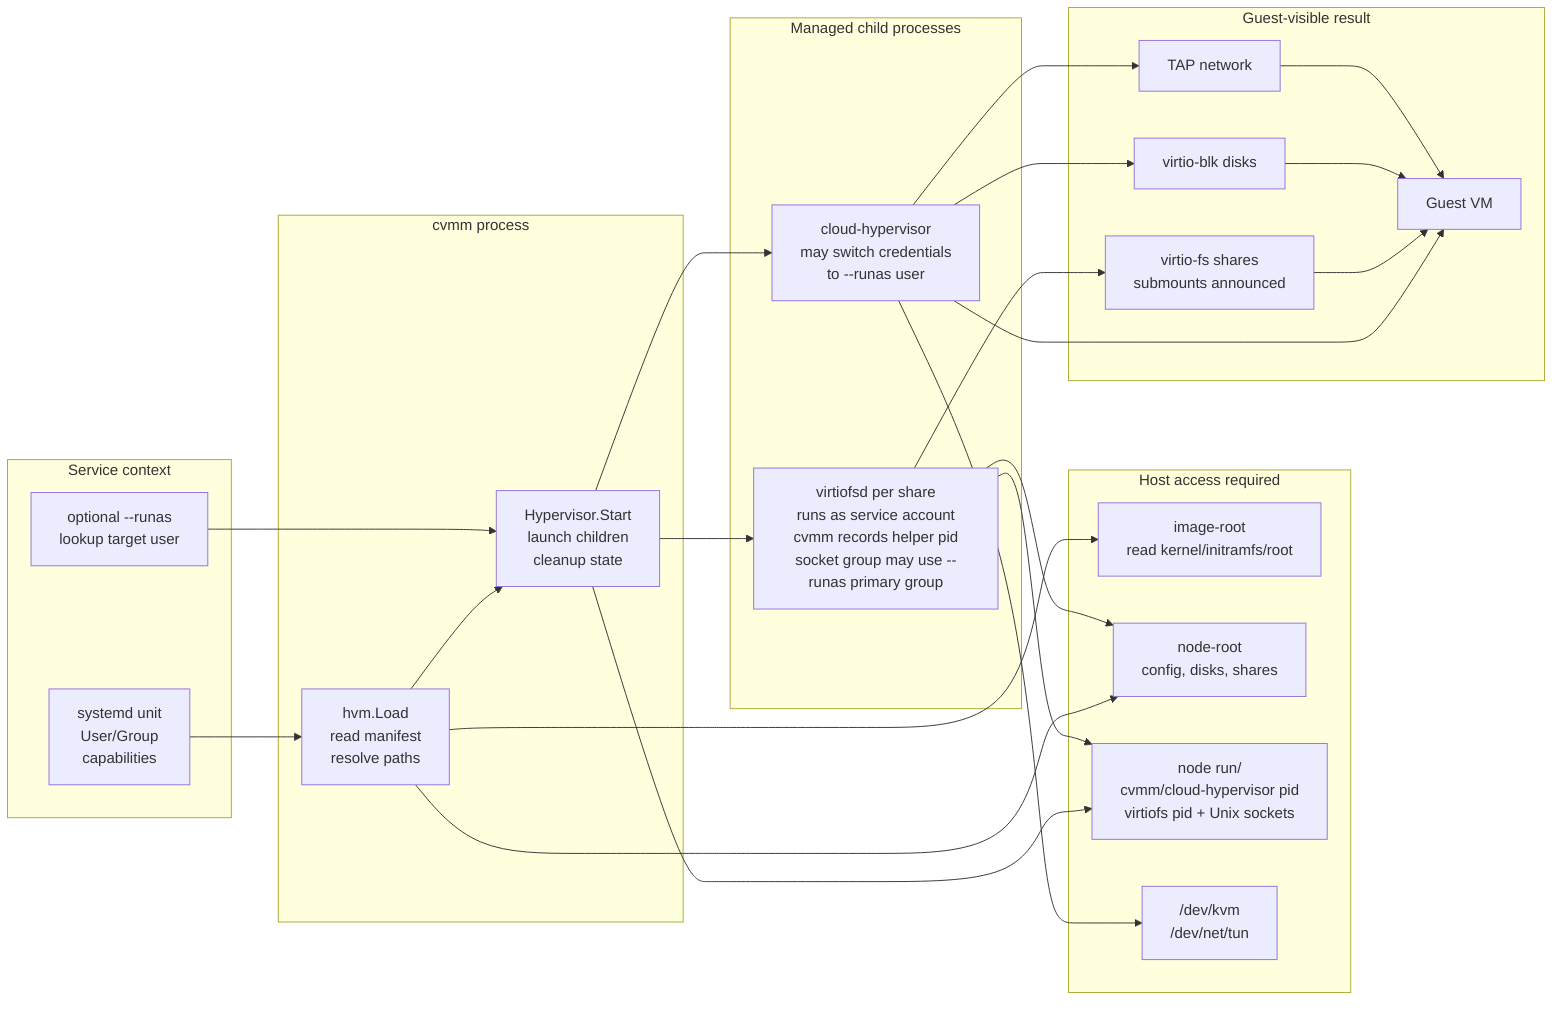
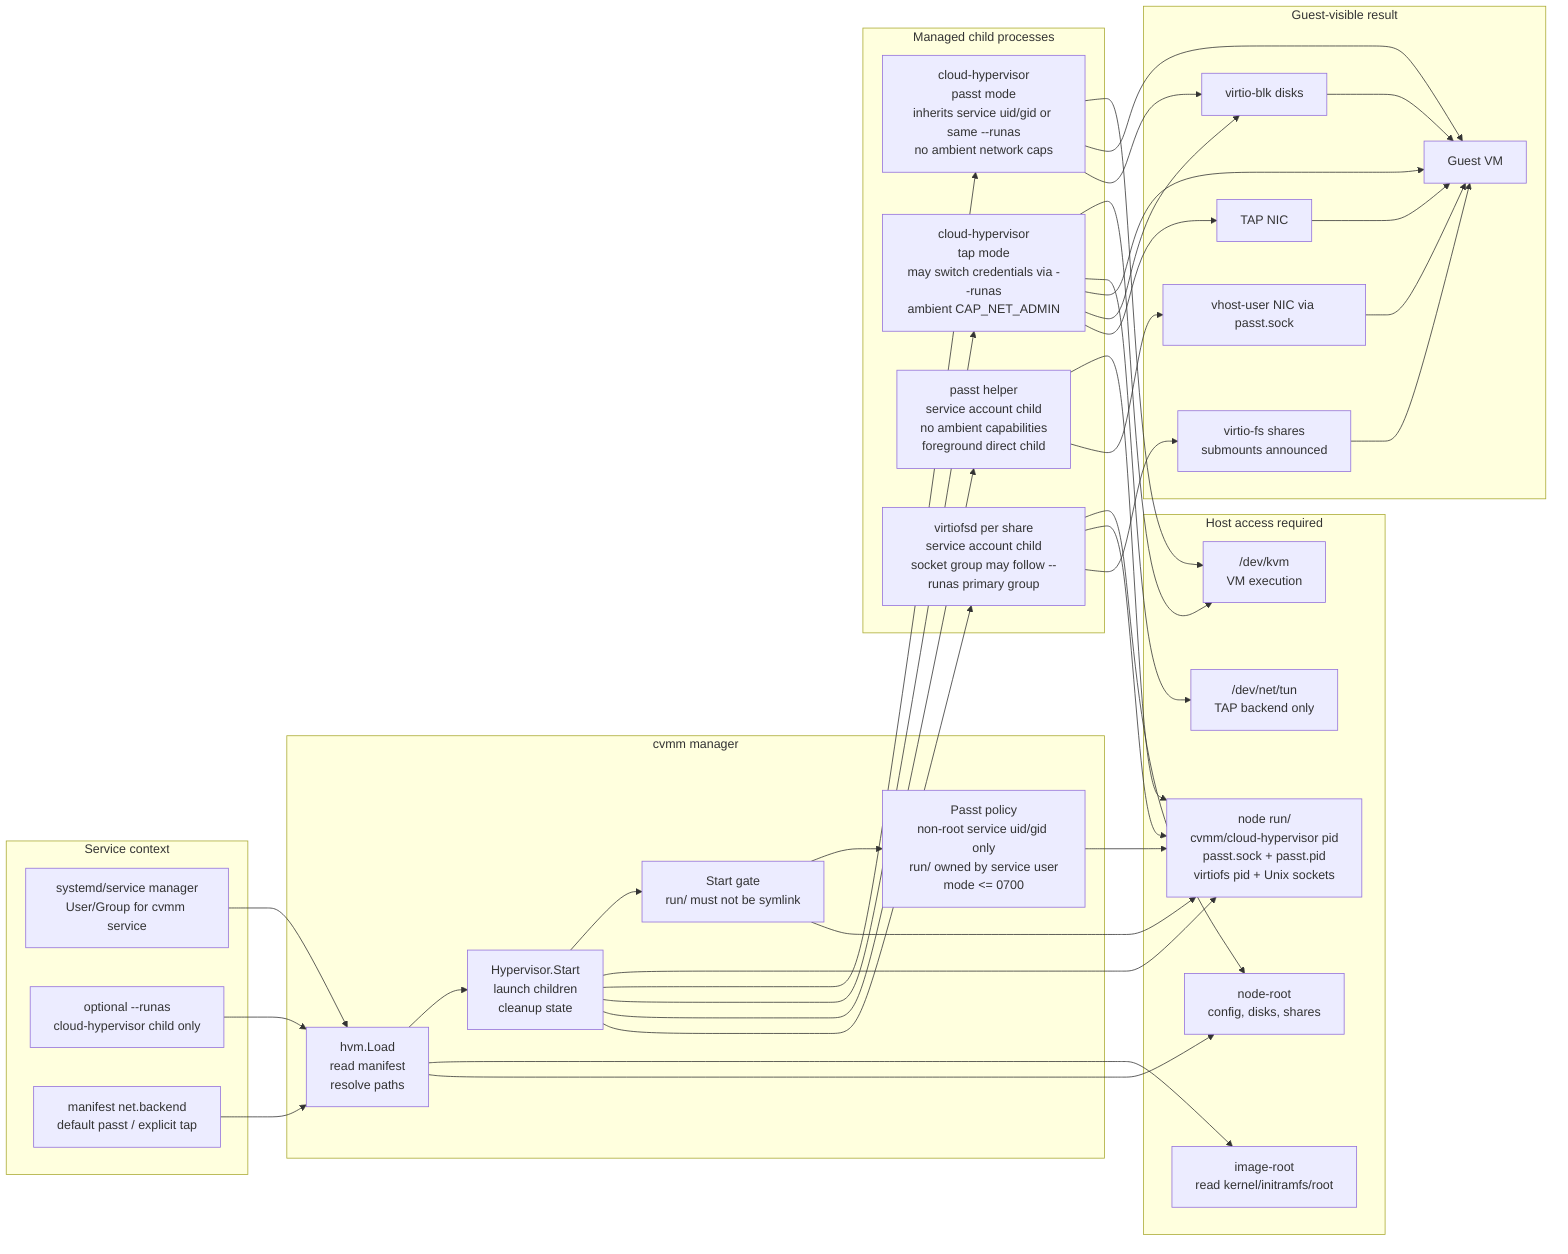
flowchart LR
    subgraph svc["Service context"]
-         systemd["systemd unit\nUser/Group\ncapabilities"]
-         runas["optional --runas\nlookup target user"]
+         systemd["systemd/service manager\nUser/Group for cvmm service"]
+         runas["optional --runas\ncloud-hypervisor child only"]
+         backend["manifest net.backend\ndefault passt / explicit tap"]
    end

-     subgraph cvmm["cvmm process"]
+     subgraph cvmm["cvmm manager"]
        load["hvm.Load\nread manifest\nresolve paths"]
        start["Hypervisor.Start\nlaunch children\ncleanup state"]
+         runtimeGate["Start gate\nrun/ must not be symlink"]
+         policy["Passt policy\nnon-root service uid/gid only\nrun/ owned by service user\nmode <= 0700"]
    end

    subgraph host["Host access required"]
        image["image-root\nread kernel/initramfs/root"]
        node["node-root\nconfig, disks, shares"]
-         run["node run/\ncvmm/cloud-hypervisor pid\nvirtiofs pid + Unix sockets"]
-         devices["/dev/kvm\n/dev/net/tun"]
+         run["node run/\ncvmm/cloud-hypervisor pid\npasst.sock + passt.pid\nvirtiofs pid + Unix sockets"]
+         kvm["/dev/kvm\nVM execution"]
+         tun["/dev/net/tun\nTAP backend only"]
    end

    subgraph children["Managed child processes"]
-         ch["cloud-hypervisor\nmay switch credentials\nto --runas user"]
-         vfs["virtiofsd per share\nruns as service account\ncvmm records helper pid\nsocket group may use --runas primary group"]
+         chPasst["cloud-hypervisor\npasst mode\ninherits service uid/gid or same --runas\nno ambient network caps"]
+         chTap["cloud-hypervisor\ntap mode\nmay switch credentials via --runas\nambient CAP_NET_ADMIN"]
+         passt["passt helper\nservice account child\nno ambient capabilities\nforeground direct child"]
+         vfs["virtiofsd per share\nservice account child\nsocket group may follow --runas primary group"]
    end

    subgraph guest["Guest-visible result"]
        vm["Guest VM"]
        block["virtio-blk disks"]
        fs["virtio-fs shares\nsubmounts announced"]
-         net["TAP network"]
+         netPasst["vhost-user NIC via passt.sock"]
+         netTap["TAP NIC"]
    end

    systemd --> load --> start
-     runas --> start
+     runas --> load
+     backend --> load
+     start --> runtimeGate
+     runtimeGate --> policy
    load --> image
    load --> node
    start --> run
-     start --> ch
+     runtimeGate --> run
+     policy --> run
+     start --> chPasst
+     start --> chTap
+     start --> passt
    start --> vfs
-     ch --> devices
-     ch --> vm
-     ch --> block
-     ch --> net
+     chPasst --> kvm
+     chTap --> kvm
+     chTap --> tun
+     passt --> run
    vfs --> node
    vfs --> run
+     chPasst --> vm
+     chTap --> vm
+     chPasst --> block
+     chTap --> block
+     passt --> netPasst
+     chTap --> netTap
    vfs --> fs
    fs --> vm
    block --> vm
-     net --> vm
+     netPasst --> vm
+     netTap --> vm
